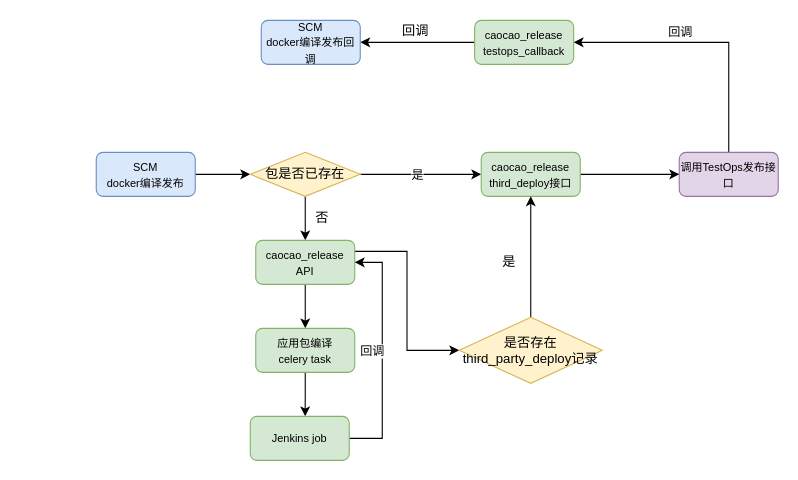
Above: 曹操/SCM测试和集成对接第三方发布平台.drawio in Makecodeeasy/diagrams (draw.io), before the change. Source tidied: cells renumbered, new cells numbered last; positions are measured from the earlier drawing's top-left corner, leaving out a move shared by most shapes. Both pictures are drawn from the tidied source at 110%, with x=0, y=0 at pixel (96, 20).
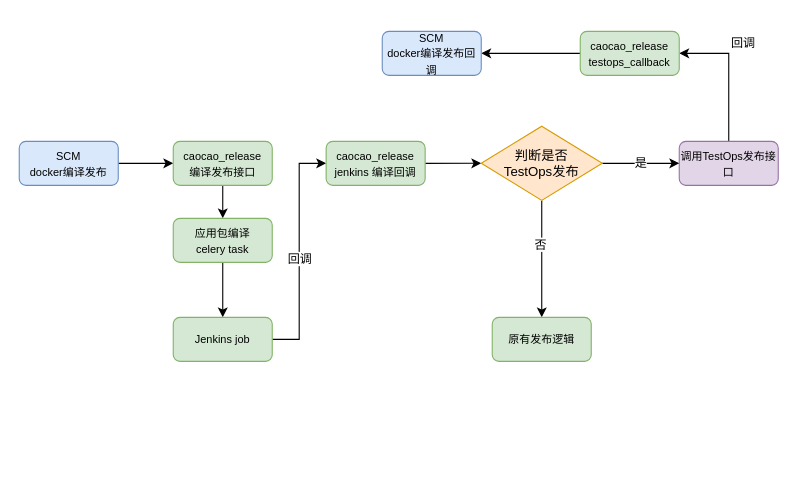
The same diagram, later.

Commit message:
Update SCM测试和集成对接第三方发布平台.drawio

The edit, as a diff of the source:
```diff
@@
-    <mxCell id="2" style="edgeStyle=orthogonalEdgeStyle;rounded=0;jettySize=auto;html=1;exitX=1;exitY=0.5;exitDx=0;exitDy=0;entryX=0;entryY=0.5;entryDx=0;entryDy=0;" parent="1" edge="1" source="3" target="7">
-      <mxGeometry relative="1" as="geometry" />
+    <mxCell id="2" style="edgeStyle=orthogonalEdgeStyle;rounded=0;jettySize=auto;html=1;exitX=1;exitY=0.5;exitDx=0;exitDy=0;entryX=0;entryY=0.5;entryDx=0;entryDy=0;" parent="1" edge="1" source="3">
+      <mxGeometry relative="1" as="geometry">
+        <mxPoint x="70" y="130" as="targetPoint" />
+      </mxGeometry>
     </mxCell>
     <mxCell id="3" value="&lt;font style=&quot;font-size: 10px&quot;&gt;SCM&lt;br&gt;docker编译发布&lt;/font&gt;" style="rounded=1;whiteSpace=wrap;html=1;fillColor=#dae8fc;strokeColor=#6c8ebf;" parent="1" vertex="1">
-      <mxGeometry y="120" width="90" height="40" as="geometry" />
+      <mxGeometry x="-70" y="110" width="90" height="40" as="geometry" />
     </mxCell>
-    <mxCell id="4" style="edgeStyle=orthogonalEdgeStyle;rounded=0;jettySize=auto;html=1;exitX=1;exitY=0.5;exitDx=0;exitDy=0;entryX=0;entryY=0.5;entryDx=0;entryDy=0;" parent="1" edge="1" source="7" target="18">
-      <mxGeometry relative="1" as="geometry" />
-    </mxCell>
-    <mxCell id="5" value="是" style="edgeLabel;html=1;align=center;verticalAlign=middle;" parent="4" vertex="1">
-      <mxGeometry x="-0.08" relative="1" as="geometry" />
-    </mxCell>
-    <mxCell id="6" style="edgeStyle=orthogonalEdgeStyle;rounded=0;jettySize=auto;html=1;exitX=0.5;exitY=1;exitDx=0;exitDy=0;entryX=0.5;entryY=0;entryDx=0;entryDy=0;" parent="1" edge="1" source="7" target="13">
-      <mxGeometry relative="1" as="geometry" />
+    <mxCell id="6" style="edgeStyle=orthogonalEdgeStyle;rounded=0;jettySize=auto;html=1;entryX=0.5;entryY=0;entryDx=0;entryDy=0;" parent="1" edge="1" target="16">
+      <mxGeometry relative="1" as="geometry">
+        <mxPoint x="115" y="150" as="sourcePoint" />
+      </mxGeometry>
     </mxCell>
-    <mxCell id="7" value="包是否已存在" style="rhombus;whiteSpace=wrap;html=1;fillColor=#fff2cc;strokeColor=#d6b656;" parent="1" vertex="1">
-      <mxGeometry x="140" y="120" width="100" height="40" as="geometry" />
-    </mxCell>
@@
     <mxCell id="10" value="&lt;span style=&quot;font-size: 10px&quot;&gt;调用TestOps发布接口&lt;/span&gt;" style="rounded=1;whiteSpace=wrap;html=1;fillColor=#e1d5e7;strokeColor=#9673a6;" parent="1" vertex="1">
-      <mxGeometry x="530" y="120" width="90" height="40" as="geometry" />
+      <mxGeometry x="530" y="110" width="90" height="40" as="geometry" />
     </mxCell>
-    <mxCell id="11" style="edgeStyle=orthogonalEdgeStyle;rounded=0;jettySize=auto;html=1;exitX=0.5;exitY=1;exitDx=0;exitDy=0;entryX=0.5;entryY=0;entryDx=0;entryDy=0;" parent="1" edge="1" source="13" target="16">
-      <mxGeometry relative="1" as="geometry" />
-    </mxCell>
-    <mxCell id="12" style="edgeStyle=orthogonalEdgeStyle;rounded=0;jettySize=auto;html=1;exitX=1;exitY=0.25;exitDx=0;exitDy=0;entryX=0;entryY=0.5;entryDx=0;entryDy=0;" parent="1" edge="1" source="13" target="20">
-      <mxGeometry relative="1" as="geometry" />
-    </mxCell>
-    <mxCell id="13" value="&lt;span style=&quot;font-size: 10px&quot;&gt;caocao_release&lt;br&gt;API&lt;br&gt;&lt;/span&gt;" style="rounded=1;whiteSpace=wrap;html=1;fillColor=#d5e8d4;strokeColor=#82b366;" parent="1" vertex="1">
-      <mxGeometry x="145" y="200" width="90" height="40" as="geometry" />
-    </mxCell>
-    <mxCell id="14" value="否" style="text;html=1;align=center;verticalAlign=middle;" parent="1" vertex="1">
-      <mxGeometry x="190" y="170" width="30" height="20" as="geometry" />
-    </mxCell>
-    <mxCell id="15" style="edgeStyle=orthogonalEdgeStyle;rounded=0;jettySize=auto;html=1;exitX=0.5;exitY=1;exitDx=0;exitDy=0;" parent="1" edge="1" source="16">
-      <mxGeometry relative="1" as="geometry">
-        <mxPoint x="189.9" y="360" as="targetPoint" />
-      </mxGeometry>
+    <mxCell id="15" style="edgeStyle=orthogonalEdgeStyle;rounded=0;jettySize=auto;html=1;exitX=0.5;exitY=1;exitDx=0;exitDy=0;entryX=0.5;entryY=0;entryDx=0;entryDy=0;" parent="1" edge="1" source="16" target="24">
+      <mxGeometry relative="1" as="geometry" />
     </mxCell>
     <mxCell id="16" value="&lt;span style=&quot;font-size: 10px&quot;&gt;应用包编译&lt;br&gt;celery task&lt;/span&gt;" style="rounded=1;whiteSpace=wrap;html=1;fillColor=#d5e8d4;strokeColor=#82b366;" parent="1" vertex="1">
-      <mxGeometry x="145" y="280" width="90" height="40" as="geometry" />
+      <mxGeometry x="70" y="180" width="90" height="40" as="geometry" />
     </mxCell>
-    <mxCell id="17" style="edgeStyle=orthogonalEdgeStyle;rounded=0;jettySize=auto;html=1;exitX=1;exitY=0.5;exitDx=0;exitDy=0;entryX=0;entryY=0.5;entryDx=0;entryDy=0;" parent="1" edge="1" source="18" target="10">
-      <mxGeometry relative="1" as="geometry" />
-    </mxCell>
-    <mxCell id="18" value="&lt;font style=&quot;font-size: 10px&quot;&gt;caocao_release&lt;br&gt;third_deploy接口&lt;br&gt;&lt;/font&gt;" style="rounded=1;whiteSpace=wrap;html=1;fillColor=#d5e8d4;strokeColor=#82b366;" parent="1" vertex="1">
-      <mxGeometry x="350" y="120" width="90" height="40" as="geometry" />
-    </mxCell>
-    <mxCell id="19" style="edgeStyle=orthogonalEdgeStyle;rounded=0;jettySize=auto;html=1;exitX=0.5;exitY=0;exitDx=0;exitDy=0;" parent="1" edge="1" source="20" target="18">
-      <mxGeometry relative="1" as="geometry" />
-    </mxCell>
-    <mxCell id="20" value="是否存在third_party_deploy记录" style="rhombus;whiteSpace=wrap;html=1;fillColor=#fff2cc;strokeColor=#d6b656;" parent="1" vertex="1">
-      <mxGeometry x="330" y="270" width="130" height="60" as="geometry" />
-    </mxCell>
-    <mxCell id="21" value="是" style="text;html=1;align=center;verticalAlign=middle;" parent="1" vertex="1">
-      <mxGeometry x="360" y="210" width="30" height="20" as="geometry" />
-    </mxCell>
-    <mxCell id="22" style="edgeStyle=orthogonalEdgeStyle;rounded=0;jettySize=auto;html=1;exitX=1;exitY=0.5;exitDx=0;exitDy=0;" parent="1" edge="1" source="24" target="13">
-      <mxGeometry relative="1" as="geometry">
-        <Array as="points">
-          <mxPoint x="260" y="380" />
-          <mxPoint x="260" y="220" />
-        </Array>
-      </mxGeometry>
-    </mxCell>
+    <mxCell id="29" style="edgeStyle=orthogonalEdgeStyle;rounded=0;jettySize=auto;html=1;exitX=1;exitY=0.5;exitDx=0;exitDy=0;entryX=0;entryY=0.5;entryDx=0;entryDy=0;" parent="1" edge="1" source="24" target="32">
+      <mxGeometry relative="1" as="geometry" />
+    </mxCell>
-    <mxCell id="23" value="回调" style="edgeLabel;html=1;align=center;verticalAlign=middle;" parent="22" vertex="1">
-      <mxGeometry x="0.19" y="-1" relative="1" as="geometry">
-        <mxPoint x="-11" y="18.3" as="offset" />
-      </mxGeometry>
+    <mxCell id="23" value="回调" style="edgeLabel;html=1;align=center;verticalAlign=middle;" parent="29" vertex="1">
+      <mxGeometry x="-0.06" relative="1" as="geometry" />
     </mxCell>
     <mxCell id="24" value="&lt;span style=&quot;font-size: 10px&quot;&gt;Jenkins job&lt;br&gt;&lt;/span&gt;" style="rounded=1;whiteSpace=wrap;html=1;fillColor=#d5e8d4;strokeColor=#82b366;" parent="1" vertex="1">
-      <mxGeometry x="140" y="360" width="90" height="40" as="geometry" />
+      <mxGeometry x="70" y="270" width="90" height="40" as="geometry" />
     </mxCell>
-    <mxCell id="25" style="edgeStyle=orthogonalEdgeStyle;rounded=0;jettySize=auto;html=1;exitX=0;exitY=0.5;exitDx=0;exitDy=0;entryX=1;entryY=0.5;entryDx=0;entryDy=0;" parent="1" edge="1" source="26" target="27">
-      <mxGeometry relative="1" as="geometry">
-        <Array as="points">
-          <mxPoint x="290" y="20" />
-          <mxPoint x="290" y="20" />
-        </Array>
-      </mxGeometry>
+    <mxCell id="25" style="edgeStyle=orthogonalEdgeStyle;rounded=0;jettySize=auto;html=1;exitX=0;exitY=0.5;exitDx=0;exitDy=0;" parent="1" edge="1" source="26" target="27">
+      <mxGeometry relative="1" as="geometry" />
     </mxCell>
     <mxCell id="26" value="&lt;font style=&quot;font-size: 10px&quot;&gt;caocao_release&lt;br&gt;testops_callback&lt;br&gt;&lt;/font&gt;" style="rounded=1;whiteSpace=wrap;html=1;fillColor=#d5e8d4;strokeColor=#82b366;" parent="1" vertex="1">
-      <mxGeometry x="344" width="90" height="40" as="geometry" />
+      <mxGeometry x="440" y="10" width="90" height="40" as="geometry" />
     </mxCell>
     <mxCell id="27" value="&lt;font style=&quot;font-size: 10px&quot;&gt;SCM&lt;br&gt;docker编译发布回调&lt;/font&gt;" style="rounded=1;whiteSpace=wrap;html=1;fillColor=#dae8fc;strokeColor=#6c8ebf;" parent="1" vertex="1">
-      <mxGeometry x="150" width="90" height="40" as="geometry" />
+      <mxGeometry x="260" y="10" width="90" height="40" as="geometry" />
     </mxCell>
-    <mxCell id="28" value="回调" style="text;html=1;align=center;verticalAlign=middle;" parent="1" vertex="1">
-      <mxGeometry x="270" width="40" height="20" as="geometry" />
-    </mxCell>
+    <mxCell id="30" value="&lt;font style=&quot;font-size: 10px&quot;&gt;caocao_release&lt;br&gt;编译发布接口&lt;br&gt;&lt;/font&gt;" style="rounded=1;whiteSpace=wrap;html=1;fillColor=#d5e8d4;strokeColor=#82b366;" parent="1" vertex="1">
+      <mxGeometry x="70" y="110" width="90" height="40" as="geometry" />
+    </mxCell>
+    <mxCell id="31" style="edgeStyle=orthogonalEdgeStyle;rounded=0;jettySize=auto;html=1;exitX=1;exitY=0.5;exitDx=0;exitDy=0;entryX=0;entryY=0.5;entryDx=0;entryDy=0;" parent="1" edge="1" source="32" target="35">
+      <mxGeometry relative="1" as="geometry" />
+    </mxCell>
+    <mxCell id="32" value="&lt;font style=&quot;font-size: 10px&quot;&gt;caocao_release&lt;br&gt;jenkins 编译回调&lt;br&gt;&lt;/font&gt;" style="rounded=1;whiteSpace=wrap;html=1;fillColor=#d5e8d4;strokeColor=#82b366;" parent="1" vertex="1">
+      <mxGeometry x="209" y="110" width="90" height="40" as="geometry" />
+    </mxCell>
+    <mxCell id="33" value="是" style="edgeStyle=orthogonalEdgeStyle;rounded=0;jettySize=auto;html=1;entryX=0;entryY=0.5;entryDx=0;entryDy=0;" parent="1" edge="1" source="35" target="10">
+      <mxGeometry relative="1" as="geometry">
+        <Array as="points">
+          <mxPoint x="480" y="130" />
+          <mxPoint x="480" y="130" />
+        </Array>
+      </mxGeometry>
+    </mxCell>
+    <mxCell id="34" style="edgeStyle=orthogonalEdgeStyle;rounded=0;jettySize=auto;html=1;exitX=0.5;exitY=1;exitDx=0;exitDy=0;entryX=0.5;entryY=0;entryDx=0;entryDy=0;" parent="1" edge="1" source="35" target="36">
+      <mxGeometry relative="1" as="geometry" />
+    </mxCell>
+    <mxCell id="14" value="否" style="edgeLabel;html=1;align=center;verticalAlign=middle;" parent="34" vertex="1">
+      <mxGeometry x="-0.24" y="-2" relative="1" as="geometry" />
+    </mxCell>
+    <mxCell id="35" value="判断是否&lt;br&gt;TestOps发布" style="rhombus;whiteSpace=wrap;html=1;fillColor=#ffe6cc;strokeColor=#d79b00;" parent="1" vertex="1">
+      <mxGeometry x="350" y="96.2" width="110" height="67.5" as="geometry" />
+    </mxCell>
+    <mxCell id="36" value="&lt;font style=&quot;font-size: 10px&quot;&gt;原有发布逻辑&lt;br&gt;&lt;/font&gt;" style="rounded=1;whiteSpace=wrap;html=1;fillColor=#d5e8d4;strokeColor=#82b366;" parent="1" vertex="1">
+      <mxGeometry x="360" y="270" width="90" height="40" as="geometry" />
+    </mxCell>
```
